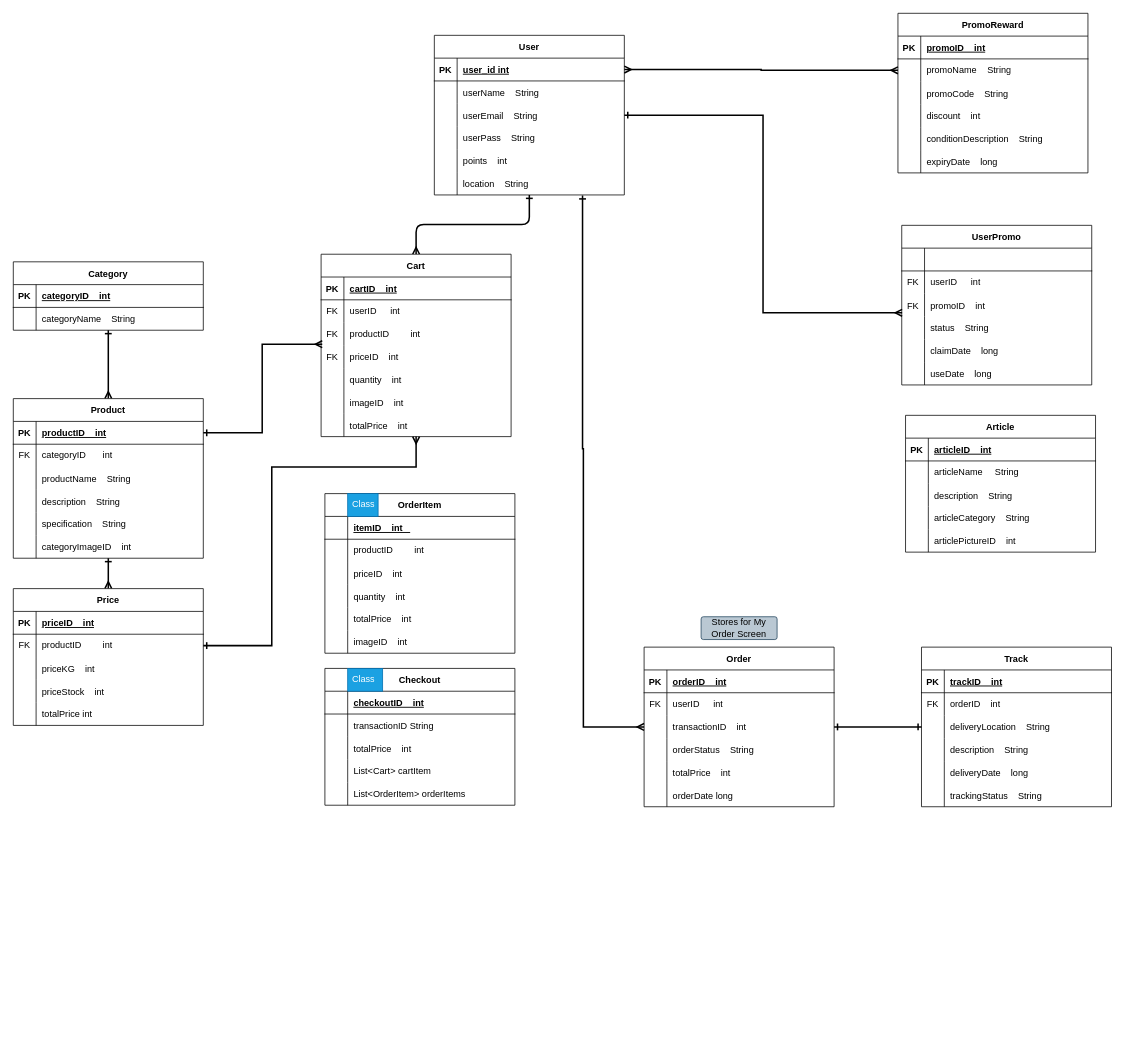
DevX300/TaniMart-UML keeps this draw.io diagram as ERD.drawio. Above is the earlier version. Source tidied: cells renumbered, new cells numbered last; positions are measured from the earlier drawing's top-left corner, leaving out a move shared by most shapes. Both pictures are drawn from the tidied source at 76%, with x=0, y=0 at pixel (13, 13).
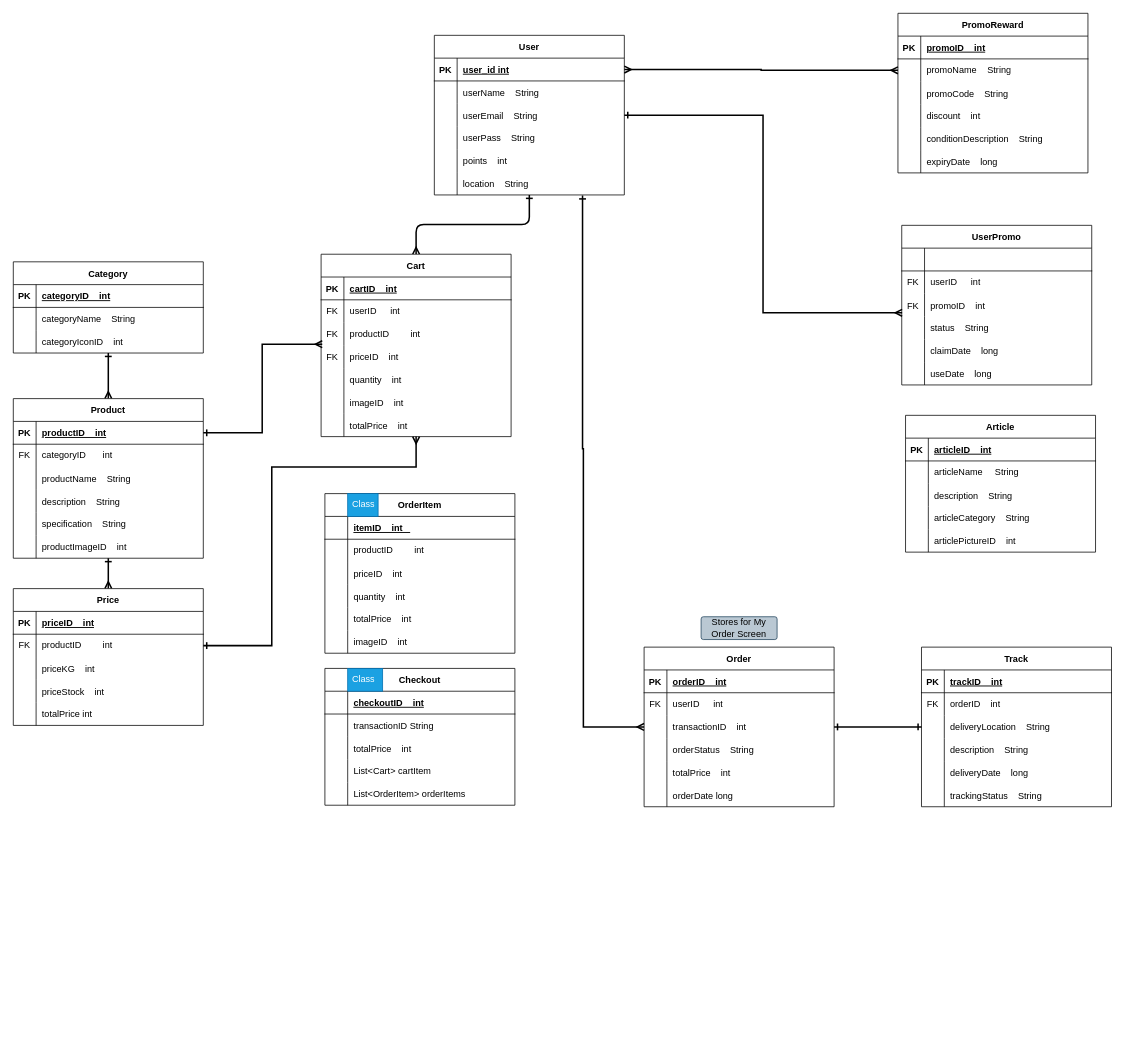
The same diagram, later.

The change refers to these unchanged cells:
```xml
<mxCell id="46" style="shape=tableRow;horizontal=0;startSize=0;swimlaneHead=0;swimlaneBody=0;fillColor=none;top=0;left=0;right=0;bottom=0;" parent="30" vertex="1">
  <mxGeometry y="180" width="250" height="30" as="geometry" />
</mxCell>
```

Diff of the diagram source:
```diff
@@
     <mxCell id="23" value="Category" style="shape=table;startSize=30;childLayout=tableLayout;rowLines=0;fontStyle=1;align=center;" parent="1" vertex="1">
-      <mxGeometry y="327" width="250" height="90" as="geometry" />
+      <mxGeometry y="327" width="250" height="120" as="geometry" />
     </mxCell>
@@
+    <mxCell id="230" style="shape=tableRow;horizontal=0;startSize=0;swimlaneHead=0;swimlaneBody=0;fillColor=none;top=0;left=0;right=0;bottom=0;" parent="23" vertex="1">
+      <mxGeometry y="90" width="250" height="30" as="geometry" />
+    </mxCell>
+    <mxCell id="231" style="shape=partialRectangle;fillColor=none;top=0;left=0;bottom=0;right=0;overflow=hidden;" parent="230" vertex="1">
+      <mxGeometry width="30" height="30" as="geometry" />
+    </mxCell>
+    <mxCell id="232" value="categoryIconID    int" style="shape=partialRectangle;fillColor=none;top=0;left=0;bottom=0;right=0;align=left;spacingLeft=6;overflow=hidden;" parent="230" vertex="1">
+      <mxGeometry x="30" width="220" height="30" as="geometry" />
+    </mxCell>
@@
-    <mxCell id="48" value="categoryImageID    int" style="shape=partialRectangle;fillColor=none;top=0;left=0;bottom=0;right=0;align=left;spacingLeft=6;overflow=hidden;" parent="46" vertex="1">
+    <mxCell id="48" value="productImageID    int" style="shape=partialRectangle;fillColor=none;top=0;left=0;bottom=0;right=0;align=left;spacingLeft=6;overflow=hidden;" parent="46" vertex="1">
       <mxGeometry x="30" width="220" height="30" as="geometry" />
     </mxCell>
```
